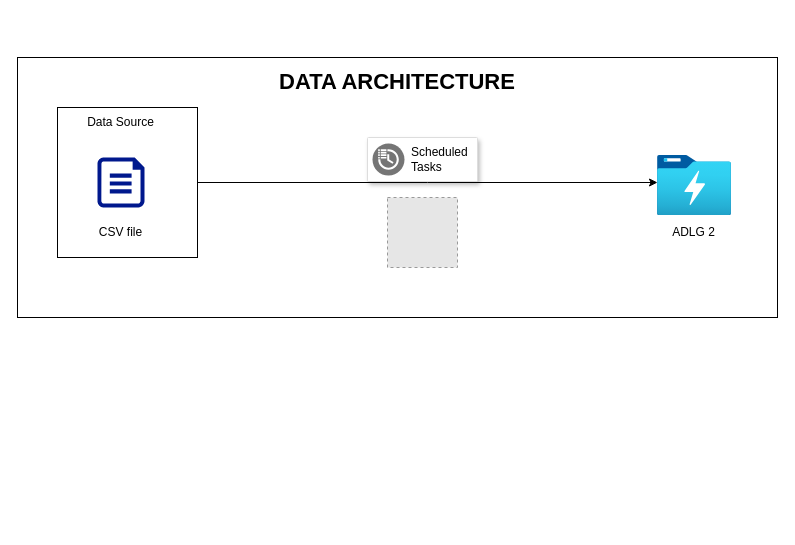
Above: page "Page-1" (1 of 2) of NYC Payroll Dwg.drawio in franklinn008/NYC_Payroll_ETL (draw.io), before the change. Source tidied: cells renumbered, new cells numbered last; positions are measured from the earlier drawing's top-left corner, leaving out a move shared by most shapes. Both pictures are drawn from the tidied source at 100%, with x=0, y=0 at pixel (17, 57). Pictures stored in the file or linked from it are replaced by grey dashed boxes.
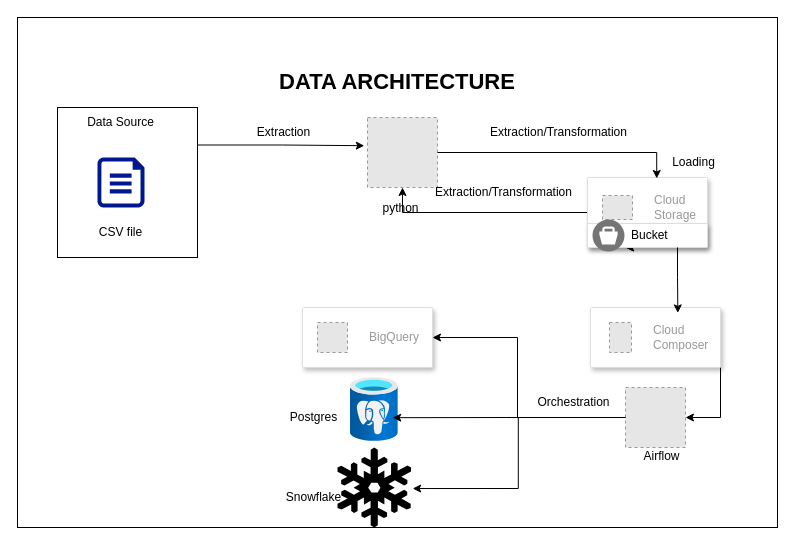
The same page after the edit.

The change refers to these unchanged cells:
```xml
<mxCell id="4" style="whiteSpace=wrap;html=1;" parent="1" vertex="1">
  <mxGeometry x="40" y="50" width="140" height="150" as="geometry" />
</mxCell>
```

The edit, as a diff of the source:
```diff
@@
     <mxCell id="2" style="rounded=0;whiteSpace=wrap;html=1;" parent="1" vertex="1">
-      <mxGeometry width="760" height="260" as="geometry" />
+      <mxGeometry y="-40" width="760" height="510" as="geometry" />
     </mxCell>
-    <mxCell id="3" style="edgeStyle=orthogonalEdgeStyle;rounded=0;jettySize=auto;html=1;exitX=1;exitY=0.5;exitDx=0;exitDy=0;" parent="1" edge="1" source="4">
-      <mxGeometry relative="1" as="geometry">
-        <mxPoint x="640" y="125" as="targetPoint" />
-      </mxGeometry>
-    </mxCell>
@@
-    <mxCell id="8" style="image;html=1;align=center;fontSize=12;image=img/lib/azure2/storage/Data_Lake_Storage_Gen1.svg;" parent="1" vertex="1">
-      <mxGeometry x="640" y="98" width="74" height="60.1" as="geometry" />
-    </mxCell>
-    <mxCell id="9" value="ADLG 2" style="text;html=1;align=center;verticalAlign=middle;whiteSpace=wrap;rounded=0;" parent="1" vertex="1">
-      <mxGeometry x="640" y="160" width="73" height="30" as="geometry" />
+    <mxCell id="9" value="Snowflake" style="text;html=1;align=center;verticalAlign=middle;whiteSpace=wrap;rounded=0;" parent="1" vertex="1">
+      <mxGeometry x="259.8" y="425" width="73" height="30" as="geometry" />
     </mxCell>
-    <mxCell id="10" style="strokeColor=#dddddd;shadow=1;strokeWidth=1;rounded=1;absoluteArcSize=1;arcSize=2;" parent="1" vertex="1">
-      <mxGeometry x="350" y="80" width="110" height="44" as="geometry" />
-    </mxCell>
-    <mxCell id="11" value="Scheduled&#10;Tasks" style="sketch=0;dashed=0;html=1;fillColor=#757575;strokeColor=none;shape=mxgraph.gcp2.scheduled_tasks;labelPosition=right;verticalLabelPosition=middle;align=left;verticalAlign=middle;spacingLeft=5;fontSize=12;" parent="10" vertex="1">
-      <mxGeometry y="0.5" width="32" height="32" relative="1" as="geometry">
-        <mxPoint x="5" y="-16" as="offset" />
-      </mxGeometry>
-    </mxCell>
+    <mxCell id="13" value="DATA ARCHITECTURE" style="text;html=1;align=center;verticalAlign=middle;whiteSpace=wrap;rounded=0;fontSize=22;fontStyle=1;" parent="1" vertex="1">
+      <mxGeometry x="245" y="10" width="270" height="30" as="geometry" />
+    </mxCell>
+    <mxCell id="14" style="strokeColor=#dddddd;shadow=1;strokeWidth=1;rounded=1;absoluteArcSize=1;arcSize=2;" parent="1" vertex="1">
+      <mxGeometry x="285" y="250" width="130" height="60" as="geometry" />
+    </mxCell>
+    <mxCell id="15" value="BigQuery" style="fillColor=#E6E6E6;strokeColor=#999999;dashed=1;html=1;fontColor=#999999;verticalLabelPosition=middle;verticalAlign=middle;labelPosition=right;align=left;spacingLeft=20;" parent="14" vertex="1">
+      <mxGeometry width="30" height="30" relative="1" as="geometry">
+        <mxPoint x="15" y="15" as="offset" />
+      </mxGeometry>
+    </mxCell>
+    <mxCell id="16" style="edgeStyle=orthogonalEdgeStyle;rounded=0;jettySize=auto;html=1;entryX=1;entryY=0.5;entryDx=0;entryDy=0;exitX=1;exitY=1;exitDx=0;exitDy=0;" parent="1" edge="1" source="17" target="25">
+      <mxGeometry relative="1" as="geometry">
+        <Array as="points">
+          <mxPoint x="703" y="360" />
+        </Array>
+      </mxGeometry>
+    </mxCell>
+    <mxCell id="17" style="strokeColor=#dddddd;shadow=1;strokeWidth=1;rounded=1;absoluteArcSize=1;arcSize=2;" parent="1" vertex="1">
+      <mxGeometry x="573" y="250" width="130" height="60" as="geometry" />
+    </mxCell>
+    <mxCell id="18" value="Cloud&#10;Composer" style="fillColor=#E6E6E6;strokeColor=#999999;dashed=1;html=1;fontColor=#999999;verticalLabelPosition=middle;verticalAlign=middle;labelPosition=right;align=left;spacingLeft=20;" parent="17" vertex="1">
+      <mxGeometry width="22" height="30" relative="1" as="geometry">
+        <mxPoint x="19" y="15" as="offset" />
+      </mxGeometry>
+    </mxCell>
+    <mxCell id="19" style="edgeStyle=orthogonalEdgeStyle;rounded=0;jettySize=auto;html=1;exitX=0;exitY=0.5;exitDx=0;exitDy=0;entryX=0.5;entryY=1;entryDx=0;entryDy=0;" parent="1" edge="1" source="20" target="12">
+      <mxGeometry relative="1" as="geometry" />
+    </mxCell>
+    <mxCell id="20" style="strokeColor=#dddddd;shadow=1;strokeWidth=1;rounded=1;absoluteArcSize=1;arcSize=2;" parent="1" vertex="1">
+      <mxGeometry x="570" y="120" width="120" height="70" as="geometry" />
+    </mxCell>
+    <mxCell id="21" value="Cloud&#10;Storage" style="fillColor=#E6E6E6;strokeColor=#999999;dashed=1;html=1;fontColor=#999999;verticalLabelPosition=middle;verticalAlign=middle;labelPosition=right;align=left;spacingLeft=20;" parent="20" vertex="1">
+      <mxGeometry width="30" height="24" relative="1" as="geometry">
+        <mxPoint x="15" y="18" as="offset" />
+      </mxGeometry>
+    </mxCell>
+    <mxCell id="22" style="shape=mxgraph.signs.nature.snowflake;html=1;fillColor=#000000;strokeColor=none;verticalLabelPosition=bottom;verticalAlign=top;align=center;" parent="1" vertex="1">
+      <mxGeometry x="320" y="390" width="73.5" height="80" as="geometry" />
+    </mxCell>
+    <mxCell id="23" style="image;html=1;points=[];align=center;fontSize=12;image=img/lib/azure2/databases/Azure_Database_PostgreSQL_Server.svg;" parent="1" vertex="1">
+      <mxGeometry x="332.8" y="320" width="48" height="64" as="geometry" />
+    </mxCell>
+    <mxCell id="24" style="edgeStyle=orthogonalEdgeStyle;rounded=0;jettySize=auto;html=1;entryX=1;entryY=0.5;entryDx=0;entryDy=0;" parent="1" edge="1" source="25" target="14">
+      <mxGeometry relative="1" as="geometry">
+        <Array as="points">
+          <mxPoint x="500" y="360" />
+          <mxPoint x="500" y="280" />
+        </Array>
+      </mxGeometry>
+    </mxCell>
+    <mxCell id="25" style="fillColor=#E6E6E6;strokeColor=#999999;dashed=1;verticalLabelPosition=bottom;labelBackgroundColor=default;verticalAlign=top;" parent="1" vertex="1">
+      <mxGeometry x="608" y="330" width="60" height="60" as="geometry" />
+    </mxCell>
+    <mxCell id="26" style="edgeStyle=orthogonalEdgeStyle;rounded=0;jettySize=auto;html=1;exitX=0.5;exitY=1;exitDx=0;exitDy=0;entryX=0.317;entryY=0.997;entryDx=0;entryDy=0;entryPerimeter=0;" parent="1" edge="1" source="28" target="20">
+      <mxGeometry relative="1" as="geometry" />
+    </mxCell>
+    <mxCell id="27" style="edgeStyle=orthogonalEdgeStyle;rounded=0;jettySize=auto;html=1;exitX=0.5;exitY=1;exitDx=0;exitDy=0;entryX=0.317;entryY=0.997;entryDx=0;entryDy=0;entryPerimeter=0;" parent="1" edge="1" source="20" target="28">
+      <mxGeometry relative="1" as="geometry" />
+    </mxCell>
+    <mxCell id="28" style="strokeColor=#dddddd;shadow=1;strokeWidth=1;rounded=1;absoluteArcSize=1;arcSize=2;" parent="1" vertex="1">
+      <mxGeometry x="570" y="166" width="120" height="24" as="geometry" />
+    </mxCell>
+    <mxCell id="29" value="Bucket" style="sketch=0;dashed=0;html=1;fillColor=#757575;strokeColor=none;shape=mxgraph.gcp2.bucket;labelPosition=right;verticalLabelPosition=middle;align=left;verticalAlign=middle;spacingLeft=5;fontSize=12;" parent="28" vertex="1">
+      <mxGeometry y="0.5" width="32" height="32" relative="1" as="geometry">
+        <mxPoint x="5" y="-16" as="offset" />
+      </mxGeometry>
+    </mxCell>
     <mxCell id="12" style="fillColor=#E6E6E6;strokeColor=#999999;dashed=1;verticalLabelPosition=bottom;labelBackgroundColor=default;verticalAlign=top;" parent="1" vertex="1">
-      <mxGeometry x="370" y="140" width="70" height="70" as="geometry" />
+      <mxGeometry x="350" y="60" width="70" height="70" as="geometry" />
     </mxCell>
-    <mxCell id="13" value="DATA ARCHITECTURE" style="text;html=1;align=center;verticalAlign=middle;whiteSpace=wrap;rounded=0;fontSize=22;fontStyle=1;" parent="1" vertex="1">
-      <mxGeometry x="245" y="10" width="270" height="30" as="geometry" />
-    </mxCell>
+    <mxCell id="30" style="edgeStyle=orthogonalEdgeStyle;rounded=0;jettySize=auto;html=1;entryX=0.884;entryY=0.628;entryDx=0;entryDy=0;entryPerimeter=0;" parent="1" edge="1" source="25" target="23">
+      <mxGeometry relative="1" as="geometry" />
+    </mxCell>
+    <mxCell id="31" style="edgeStyle=orthogonalEdgeStyle;rounded=0;jettySize=auto;html=1;entryX=1.023;entryY=0.513;entryDx=0;entryDy=0;entryPerimeter=0;" parent="1" edge="1" source="25" target="22">
+      <mxGeometry relative="1" as="geometry" />
+    </mxCell>
+    <mxCell id="32" style="edgeStyle=orthogonalEdgeStyle;rounded=0;jettySize=auto;html=1;entryX=0.577;entryY=0.014;entryDx=0;entryDy=0;entryPerimeter=0;" parent="1" edge="1" source="12" target="20">
+      <mxGeometry relative="1" as="geometry" />
+    </mxCell>
+    <mxCell id="33" style="edgeStyle=orthogonalEdgeStyle;rounded=0;jettySize=auto;html=1;exitX=1;exitY=0.25;exitDx=0;exitDy=0;entryX=-0.046;entryY=0.403;entryDx=0;entryDy=0;entryPerimeter=0;" parent="1" edge="1" source="4" target="12">
+      <mxGeometry relative="1" as="geometry" />
+    </mxCell>
+    <mxCell id="34" value="Airflow" style="text;html=1;align=center;verticalAlign=middle;whiteSpace=wrap;rounded=0;" parent="1" vertex="1">
+      <mxGeometry x="608" y="384" width="73" height="30" as="geometry" />
+    </mxCell>
+    <mxCell id="35" value="python" style="text;html=1;align=center;verticalAlign=middle;whiteSpace=wrap;rounded=0;" parent="1" vertex="1">
+      <mxGeometry x="347" y="136" width="73" height="30" as="geometry" />
+    </mxCell>
+    <mxCell id="36" value="Postgres" style="text;html=1;align=center;verticalAlign=middle;whiteSpace=wrap;rounded=0;" parent="1" vertex="1">
+      <mxGeometry x="259.8" y="345" width="73" height="30" as="geometry" />
+    </mxCell>
+    <mxCell id="37" value="Extraction" style="text;html=1;align=center;verticalAlign=middle;whiteSpace=wrap;rounded=0;" parent="1" vertex="1">
+      <mxGeometry x="230" y="60" width="73" height="30" as="geometry" />
+    </mxCell>
+    <mxCell id="38" value="Orchestration" style="text;html=1;align=center;verticalAlign=middle;whiteSpace=wrap;rounded=0;" parent="1" vertex="1">
+      <mxGeometry x="520" y="330" width="73" height="30" as="geometry" />
+    </mxCell>
+    <mxCell id="39" value="Extraction/Transformation" style="text;html=1;align=center;verticalAlign=middle;whiteSpace=wrap;rounded=0;" parent="1" vertex="1">
+      <mxGeometry x="475" y="60" width="133" height="30" as="geometry" />
+    </mxCell>
+    <mxCell id="40" style="edgeStyle=orthogonalEdgeStyle;rounded=0;jettySize=auto;html=1;exitX=0.75;exitY=1;exitDx=0;exitDy=0;entryX=0.672;entryY=0.09;entryDx=0;entryDy=0;entryPerimeter=0;" parent="1" edge="1" source="28" target="17">
+      <mxGeometry relative="1" as="geometry" />
+    </mxCell>
+    <mxCell id="41" value="Loading" style="text;html=1;align=center;verticalAlign=middle;whiteSpace=wrap;rounded=0;" parent="1" vertex="1">
+      <mxGeometry x="640" y="90" width="73" height="30" as="geometry" />
+    </mxCell>
+    <mxCell id="42" value="Extraction/Transformation" style="text;html=1;align=center;verticalAlign=middle;whiteSpace=wrap;rounded=0;" parent="1" vertex="1">
+      <mxGeometry x="420" y="120" width="133" height="30" as="geometry" />
+    </mxCell>
```
